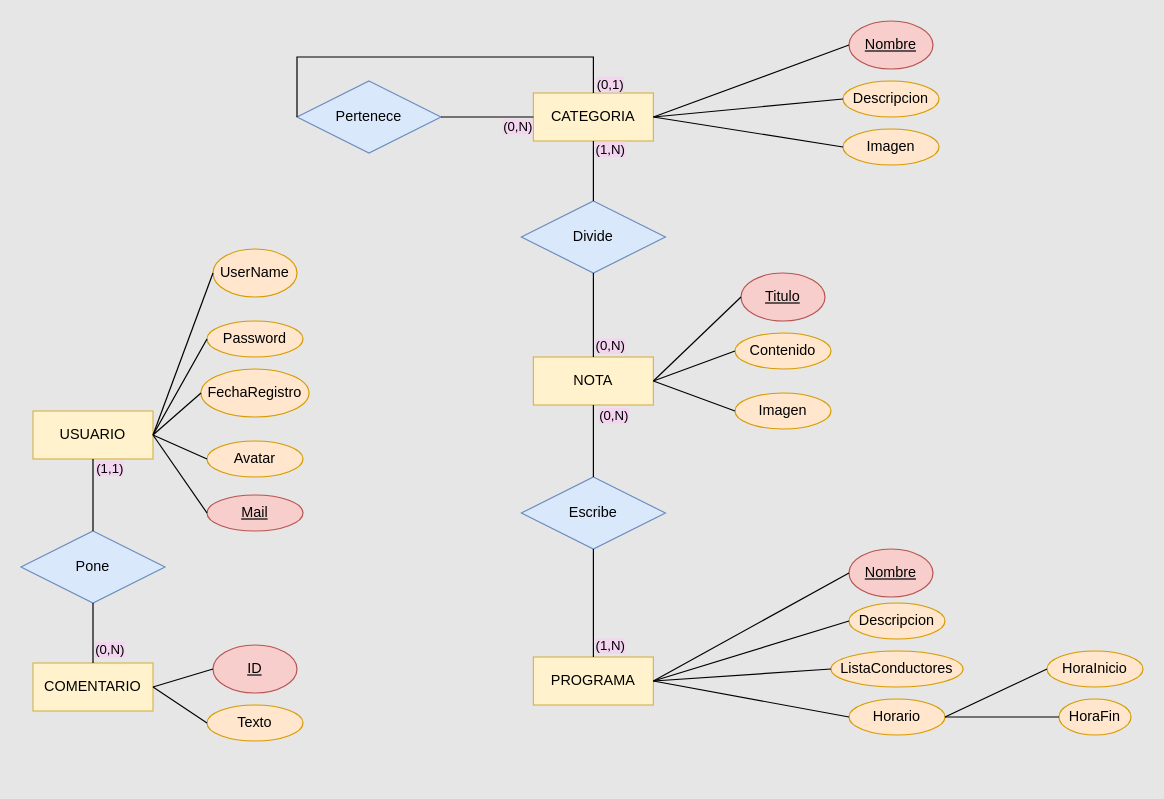
The draw.io diagram Diagrama2.2.drawio in VeraAceves/NT-BD, before the edit. Source tidied: cells renumbered, new cells numbered last; positions are measured from the earlier drawing's top-left corner, leaving out a move shared by most shapes. Both pictures are drawn from the tidied source at 120%, with x=0, y=0 at pixel (20, 20).
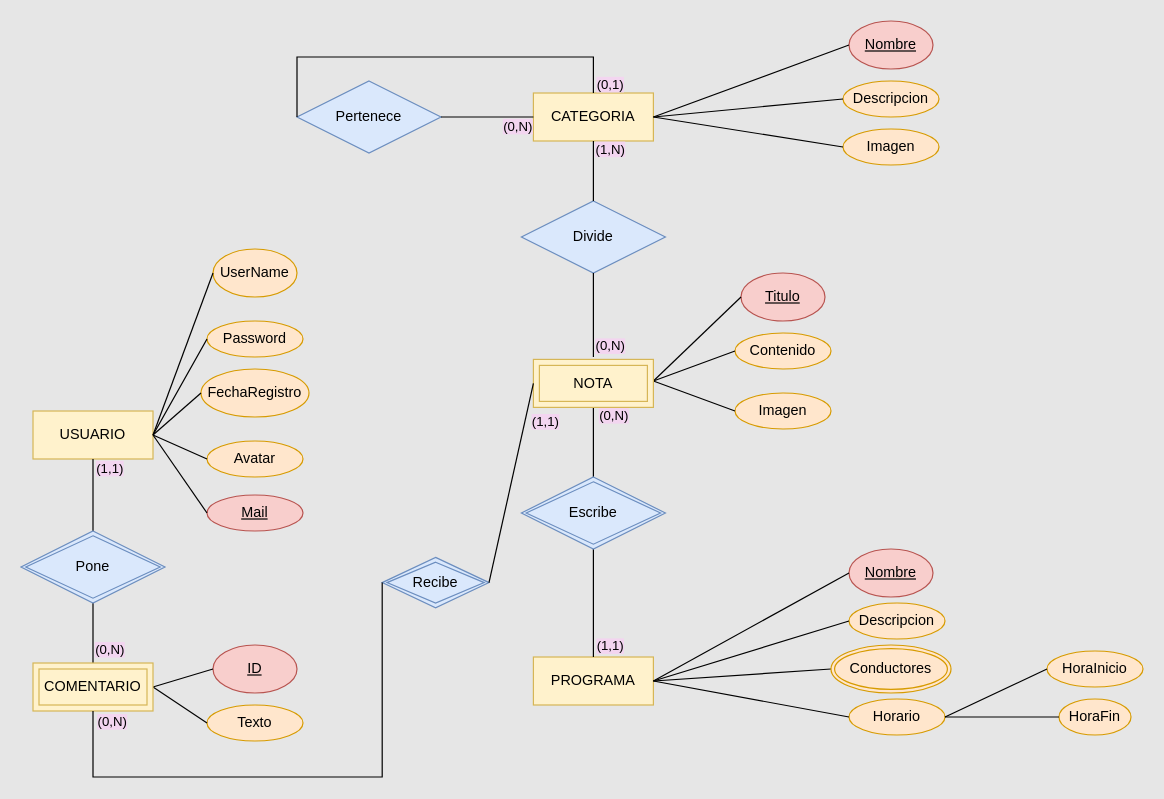
Above is the later version.

The change refers to these unchanged cells:
```xml
<mxCell id="2" value="PROGRAMA" style="whiteSpace=wrap;html=1;align=center;fillColor=#fff2cc;strokeColor=#d6b656;" parent="1" vertex="1">
  <mxGeometry x="427" y="530" width="100" height="40" as="geometry" />
</mxCell>
<mxCell id="5" value="USUARIO" style="whiteSpace=wrap;html=1;align=center;fillColor=#fff2cc;strokeColor=#d6b656;" parent="1" vertex="1">
  <mxGeometry x="10" y="325" width="100" height="40" as="geometry" />
</mxCell>
<mxCell id="8" value="Divide" style="shape=rhombus;perimeter=rhombusPerimeter;whiteSpace=wrap;html=1;align=center;fillColor=#dae8fc;strokeColor=#6c8ebf;" parent="1" vertex="1">
  <mxGeometry x="417" y="150" width="120" height="60" as="geometry" />
</mxCell>
<mxCell id="22" value="Titulo" style="ellipse;whiteSpace=wrap;html=1;align=center;fontStyle=4;fillColor=#f8cecc;strokeColor=#b85450;" parent="1" vertex="1">
  <mxGeometry x="600" y="210" width="70" height="40" as="geometry" />
</mxCell>
<mxCell id="23" value="ID" style="ellipse;whiteSpace=wrap;html=1;align=center;fontStyle=4;fillColor=#f8cecc;strokeColor=#b85450;" parent="1" vertex="1">
  <mxGeometry x="160" y="520" width="70" height="40" as="geometry" />
</mxCell>
<mxCell id="30" value="Contenido" style="ellipse;whiteSpace=wrap;html=1;align=center;fillColor=#ffe6cc;strokeColor=#d79b00;" parent="1" vertex="1">
  <mxGeometry x="595" y="260" width="80" height="30" as="geometry" />
</mxCell>
<mxCell id="31" value="Imagen" style="ellipse;whiteSpace=wrap;html=1;align=center;fillColor=#ffe6cc;strokeColor=#d79b00;" parent="1" vertex="1">
  <mxGeometry x="595" y="310" width="80" height="30" as="geometry" />
</mxCell>
<mxCell id="34" value="Texto" style="ellipse;whiteSpace=wrap;html=1;align=center;fillColor=#ffe6cc;strokeColor=#d79b00;" parent="1" vertex="1">
  <mxGeometry x="155" y="570" width="80" height="30" as="geometry" />
</mxCell>
```

Change to the diagram source:
```diff
@@
-    <mxCell id="3" value="NOTA" style="whiteSpace=wrap;html=1;align=center;fillColor=#fff2cc;strokeColor=#d6b656;" parent="1" vertex="1">
-      <mxGeometry x="427" y="280" width="100" height="40" as="geometry" />
-    </mxCell>
@@
-    <mxCell id="6" value="COMENTARIO" style="whiteSpace=wrap;html=1;align=center;fillColor=#fff2cc;strokeColor=#d6b656;" parent="1" vertex="1">
-      <mxGeometry x="10" y="535" width="100" height="40" as="geometry" />
-    </mxCell>
-    <mxCell id="7" value="Escribe" style="shape=rhombus;perimeter=rhombusPerimeter;whiteSpace=wrap;html=1;align=center;fillColor=#dae8fc;strokeColor=#6c8ebf;" parent="1" vertex="1">
-      <mxGeometry x="417" y="380" width="120" height="60" as="geometry" />
-    </mxCell>
@@
-    <mxCell id="9" value="Pone" style="shape=rhombus;perimeter=rhombusPerimeter;whiteSpace=wrap;html=1;align=center;fillColor=#dae8fc;strokeColor=#6c8ebf;" parent="1" vertex="1">
-      <mxGeometry y="425" width="120" height="60" as="geometry" />
-    </mxCell>
@@
-    <mxCell id="11" style="endArrow=none;html=1;rounded=0;exitX=0.5;exitY=1;exitDx=0;exitDy=0;entryX=0.5;entryY=0;entryDx=0;entryDy=0;" parent="1" edge="1" source="5" target="9">
-      <mxGeometry relative="1" as="geometry" />
+    <mxCell id="11" style="endArrow=none;html=1;rounded=0;exitX=0.5;exitY=1;exitDx=0;exitDy=0;entryX=0.5;entryY=0;entryDx=0;entryDy=0;" parent="1" edge="1" source="5">
+      <mxGeometry relative="1" as="geometry">
+        <mxPoint x="60" y="425" as="targetPoint" />
+      </mxGeometry>
     </mxCell>
-    <mxCell id="12" style="endArrow=none;html=1;rounded=0;exitX=0.5;exitY=1;exitDx=0;exitDy=0;entryX=0.5;entryY=0;entryDx=0;entryDy=0;" parent="1" edge="1" source="9" target="6">
-      <mxGeometry relative="1" as="geometry" />
+    <mxCell id="12" style="endArrow=none;html=1;rounded=0;exitX=0.5;exitY=1;exitDx=0;exitDy=0;entryX=0.5;entryY=0;entryDx=0;entryDy=0;" parent="1" edge="1">
+      <mxGeometry relative="1" as="geometry">
+        <mxPoint x="60" y="485" as="sourcePoint" />
+        <mxPoint x="60" y="535" as="targetPoint" />
+      </mxGeometry>
     </mxCell>
-    <mxCell id="13" style="endArrow=none;html=1;rounded=0;exitX=0.5;exitY=1;exitDx=0;exitDy=0;entryX=0.5;entryY=0;entryDx=0;entryDy=0;" parent="1" edge="1" source="8" target="3">
-      <mxGeometry relative="1" as="geometry" />
+    <mxCell id="13" style="endArrow=none;html=1;rounded=0;exitX=0.5;exitY=1;exitDx=0;exitDy=0;entryX=0.5;entryY=0;entryDx=0;entryDy=0;" parent="1" edge="1" source="8">
+      <mxGeometry relative="1" as="geometry">
+        <mxPoint x="477" y="280" as="targetPoint" />
+      </mxGeometry>
     </mxCell>
-    <mxCell id="14" style="endArrow=none;html=1;rounded=0;exitX=0.5;exitY=1;exitDx=0;exitDy=0;entryX=0.5;entryY=0;entryDx=0;entryDy=0;" parent="1" edge="1" source="3" target="7">
-      <mxGeometry relative="1" as="geometry" />
+    <mxCell id="14" style="endArrow=none;html=1;rounded=0;exitX=0.5;exitY=1;exitDx=0;exitDy=0;entryX=0.5;entryY=0;entryDx=0;entryDy=0;" parent="1" edge="1">
+      <mxGeometry relative="1" as="geometry">
+        <mxPoint x="477" y="320" as="sourcePoint" />
+        <mxPoint x="477" y="380" as="targetPoint" />
+      </mxGeometry>
     </mxCell>
-    <mxCell id="15" style="endArrow=none;html=1;rounded=0;exitX=0.5;exitY=1;exitDx=0;exitDy=0;" parent="1" edge="1" source="7" target="2">
-      <mxGeometry relative="1" as="geometry" />
+    <mxCell id="15" style="endArrow=none;html=1;rounded=0;exitX=0.5;exitY=1;exitDx=0;exitDy=0;" parent="1" edge="1" target="2">
+      <mxGeometry relative="1" as="geometry">
+        <mxPoint x="477" y="440" as="sourcePoint" />
+      </mxGeometry>
     </mxCell>
-    <mxCell id="16" value="&lt;div&gt;(1,N)&lt;/div&gt;" style="edgeLabel;html=1;align=center;verticalAlign=middle;labelBackgroundColor=light-dark(#F3D5F0,#EDEDED);" parent="15" vertex="1">
+    <mxCell id="16" value="&lt;div&gt;(1,1)&lt;/div&gt;" style="edgeLabel;html=1;align=center;verticalAlign=middle;labelBackgroundColor=light-dark(#F3D5F0,#EDEDED);" parent="15" vertex="1">
       <mxGeometry x="0.69" y="1" relative="1" as="geometry">
         <mxPoint x="12" y="4" as="offset" />
       </mxGeometry>
     </mxCell>
@@
-    <mxCell id="26" value="ListaConductores" style="ellipse;whiteSpace=wrap;html=1;align=center;fillColor=#ffe6cc;strokeColor=#d79b00;" parent="1" vertex="1">
-      <mxGeometry x="675" y="525" width="110" height="30" as="geometry" />
-    </mxCell>
@@
-    <mxCell id="42" style="endArrow=none;html=1;rounded=0;exitX=1;exitY=0.5;exitDx=0;exitDy=0;entryX=0;entryY=0.5;entryDx=0;entryDy=0;" parent="1" edge="1" source="3" target="22">
-      <mxGeometry relative="1" as="geometry" />
+    <mxCell id="42" style="endArrow=none;html=1;rounded=0;exitX=1;exitY=0.5;exitDx=0;exitDy=0;entryX=0;entryY=0.5;entryDx=0;entryDy=0;" parent="1" edge="1" target="22">
+      <mxGeometry relative="1" as="geometry">
+        <mxPoint x="527" y="300" as="sourcePoint" />
+      </mxGeometry>
     </mxCell>
-    <mxCell id="43" style="endArrow=none;html=1;rounded=0;exitX=1;exitY=0.5;exitDx=0;exitDy=0;entryX=0;entryY=0.5;entryDx=0;entryDy=0;" parent="1" edge="1" source="3" target="30">
-      <mxGeometry relative="1" as="geometry" />
+    <mxCell id="43" style="endArrow=none;html=1;rounded=0;exitX=1;exitY=0.5;exitDx=0;exitDy=0;entryX=0;entryY=0.5;entryDx=0;entryDy=0;" parent="1" edge="1" target="30">
+      <mxGeometry relative="1" as="geometry">
+        <mxPoint x="527" y="300" as="sourcePoint" />
+      </mxGeometry>
     </mxCell>
-    <mxCell id="44" style="endArrow=none;html=1;rounded=0;exitX=1;exitY=0.5;exitDx=0;exitDy=0;entryX=0;entryY=0.5;entryDx=0;entryDy=0;" parent="1" edge="1" source="3" target="31">
-      <mxGeometry relative="1" as="geometry" />
+    <mxCell id="44" style="endArrow=none;html=1;rounded=0;exitX=1;exitY=0.5;exitDx=0;exitDy=0;entryX=0;entryY=0.5;entryDx=0;entryDy=0;" parent="1" edge="1" target="31">
+      <mxGeometry relative="1" as="geometry">
+        <mxPoint x="527" y="300" as="sourcePoint" />
+      </mxGeometry>
     </mxCell>
@@
-    <mxCell id="47" style="endArrow=none;html=1;rounded=0;exitX=1;exitY=0.5;exitDx=0;exitDy=0;entryX=0;entryY=0.5;entryDx=0;entryDy=0;" parent="1" edge="1" source="2" target="26">
-      <mxGeometry relative="1" as="geometry" />
+    <mxCell id="47" style="endArrow=none;html=1;rounded=0;exitX=1;exitY=0.5;exitDx=0;exitDy=0;entryX=0;entryY=0.5;entryDx=0;entryDy=0;" parent="1" edge="1" source="2">
+      <mxGeometry relative="1" as="geometry">
+        <mxPoint x="675" y="540" as="targetPoint" />
+      </mxGeometry>
     </mxCell>
@@
-    <mxCell id="56" style="endArrow=none;html=1;rounded=0;exitX=1;exitY=0.5;exitDx=0;exitDy=0;entryX=0;entryY=0.5;entryDx=0;entryDy=0;" parent="1" edge="1" source="6" target="23">
-      <mxGeometry relative="1" as="geometry" />
+    <mxCell id="56" style="endArrow=none;html=1;rounded=0;exitX=1;exitY=0.5;exitDx=0;exitDy=0;entryX=0;entryY=0.5;entryDx=0;entryDy=0;" parent="1" edge="1" target="23">
+      <mxGeometry relative="1" as="geometry">
+        <mxPoint x="110" y="555" as="sourcePoint" />
+      </mxGeometry>
     </mxCell>
-    <mxCell id="57" style="endArrow=none;html=1;rounded=0;exitX=1;exitY=0.5;exitDx=0;exitDy=0;entryX=0;entryY=0.5;entryDx=0;entryDy=0;" parent="1" edge="1" source="6" target="34">
-      <mxGeometry relative="1" as="geometry" />
+    <mxCell id="57" style="endArrow=none;html=1;rounded=0;exitX=1;exitY=0.5;exitDx=0;exitDy=0;entryX=0;entryY=0.5;entryDx=0;entryDy=0;" parent="1" edge="1" target="34">
+      <mxGeometry relative="1" as="geometry">
+        <mxPoint x="110" y="555" as="sourcePoint" />
+      </mxGeometry>
     </mxCell>
@@
+    <mxCell id="65" value="Conductores" style="ellipse;shape=doubleEllipse;margin=3;whiteSpace=wrap;html=1;align=center;fillColor=#ffe6cc;strokeColor=#d79b00;" parent="1" vertex="1">
+      <mxGeometry x="675" y="520" width="100" height="40" as="geometry" />
+    </mxCell>
+    <mxCell id="3" value="&lt;div&gt;NOTA&lt;/div&gt;" style="shape=ext;margin=3;double=1;whiteSpace=wrap;html=1;align=center;fillColor=#fff2cc;strokeColor=#d6b656;" parent="1" vertex="1">
+      <mxGeometry x="427" y="282" width="100" height="40" as="geometry" />
+    </mxCell>
+    <mxCell id="7" value="Escribe" style="shape=rhombus;double=1;perimeter=rhombusPerimeter;whiteSpace=wrap;html=1;align=center;fillColor=#dae8fc;strokeColor=#6c8ebf;" parent="1" vertex="1">
+      <mxGeometry x="417" y="380" width="120" height="60" as="geometry" />
+    </mxCell>
+    <mxCell id="6" value="COMENTARIO" style="shape=ext;margin=3;double=1;whiteSpace=wrap;html=1;align=center;fillColor=#fff2cc;strokeColor=#d6b656;" parent="1" vertex="1">
+      <mxGeometry x="10" y="535" width="100" height="40" as="geometry" />
+    </mxCell>
+    <mxCell id="9" value="Pone" style="shape=rhombus;double=1;perimeter=rhombusPerimeter;whiteSpace=wrap;html=1;align=center;fillColor=#dae8fc;strokeColor=#6c8ebf;" parent="1" vertex="1">
+      <mxGeometry y="425" width="120" height="60" as="geometry" />
+    </mxCell>
+    <mxCell id="66" value="Recibe" style="shape=rhombus;double=1;perimeter=rhombusPerimeter;whiteSpace=wrap;html=1;align=center;fillColor=#dae8fc;strokeColor=#6c8ebf;" parent="1" vertex="1">
+      <mxGeometry x="301" y="447" width="89" height="42" as="geometry" />
+    </mxCell>
+    <mxCell id="67" style="endArrow=none;html=1;rounded=0;exitX=0;exitY=0.5;exitDx=0;exitDy=0;entryX=1;entryY=0.5;entryDx=0;entryDy=0;" parent="1" edge="1" source="3" target="66">
+      <mxGeometry relative="1" as="geometry" />
+    </mxCell>
+    <mxCell id="68" style="endArrow=none;html=1;rounded=0;exitX=0;exitY=0.5;exitDx=0;exitDy=0;entryX=0.5;entryY=1;entryDx=0;entryDy=0;" parent="1" edge="1" source="66" target="6">
+      <mxGeometry relative="1" as="geometry">
+        <Array as="points">
+          <mxPoint x="301" y="630" />
+          <mxPoint x="60" y="630" />
+        </Array>
+      </mxGeometry>
+    </mxCell>
+    <mxCell id="69" value="&lt;div&gt;(0,N)&lt;/div&gt;" style="edgeLabel;html=1;align=center;verticalAlign=middle;labelBackgroundColor=light-dark(#F3D5F0,#EDEDED);" parent="1" vertex="1">
+      <mxGeometry x="72" y="580" as="geometry">
+        <mxPoint x="3" y="3" as="offset" />
+      </mxGeometry>
+    </mxCell>
+    <mxCell id="70" value="(1,1)" style="edgeLabel;html=1;align=center;verticalAlign=middle;labelBackgroundColor=light-dark(#F3D5F0,#EDEDED);" parent="1" vertex="1">
+      <mxGeometry x="435" y="340" as="geometry">
+        <mxPoint x="1" y="-7" as="offset" />
+      </mxGeometry>
+    </mxCell>
```
